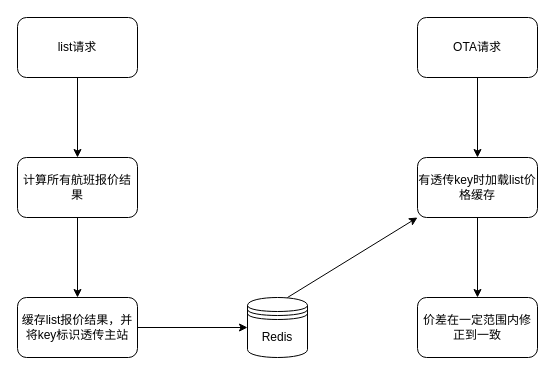
cy22-y/qunar keeps this draw.io diagram as sc.drawio. Above is the earlier version. Source tidied: cells renumbered, new cells numbered last; positions are measured from the earlier drawing's top-left corner, leaving out a move shared by most shapes. Both pictures are drawn from the tidied source at 100%, with x=0, y=0 at pixel (17, 17).
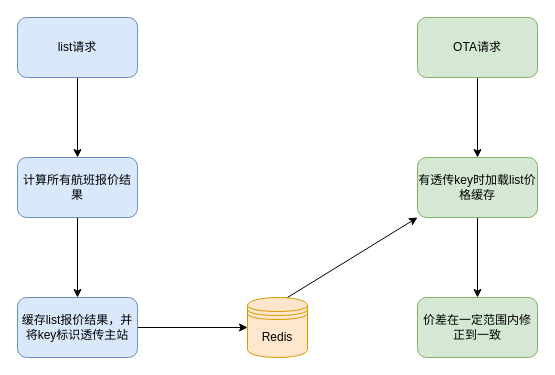
The same page after the edit.

Diff of the diagram source:
```diff
@@
 <mxGraphModel>
   <root>
     <mxCell id="0" />
     <mxCell id="1" parent="0" />
     <mxCell id="2" style="edgeStyle=orthogonalEdgeStyle;rounded=0;jettySize=auto;html=1;" parent="1" edge="1" source="3" target="5">
       <mxGeometry relative="1" as="geometry" />
     </mxCell>
-    <mxCell id="3" value="list请求" style="rounded=1;whiteSpace=wrap;html=1;" parent="1" vertex="1">
+    <mxCell id="3" value="list请求" style="rounded=1;whiteSpace=wrap;html=1;fillColor=#dae8fc;strokeColor=#6c8ebf;" parent="1" vertex="1">
       <mxGeometry width="120" height="60" as="geometry" />
     </mxCell>
     <mxCell id="4" style="edgeStyle=orthogonalEdgeStyle;rounded=0;jettySize=auto;html=1;" parent="1" edge="1" source="5" target="8">
       <mxGeometry relative="1" as="geometry" />
     </mxCell>
-    <mxCell id="5" value="计算所有航班报价结果" style="whiteSpace=wrap;html=1;rounded=1;" parent="1" vertex="1">
+    <mxCell id="5" value="计算所有航班报价结果" style="whiteSpace=wrap;html=1;rounded=1;fillColor=#dae8fc;strokeColor=#6c8ebf;" parent="1" vertex="1">
       <mxGeometry y="140" width="120" height="60" as="geometry" />
     </mxCell>
-    <mxCell id="6" value="Redis" style="shape=datastore;whiteSpace=wrap;html=1;" parent="1" vertex="1">
+    <mxCell id="6" value="Redis" style="shape=datastore;whiteSpace=wrap;html=1;fillColor=#ffe6cc;strokeColor=#d79b00;" parent="1" vertex="1">
       <mxGeometry x="230" y="280" width="60" height="60" as="geometry" />
     </mxCell>
     <mxCell id="7" style="edgeStyle=orthogonalEdgeStyle;rounded=0;jettySize=auto;html=1;" parent="1" edge="1" source="8" target="6">
       <mxGeometry relative="1" as="geometry" />
     </mxCell>
-    <mxCell id="8" value="缓存list报价结果，并将key标识透传主站" style="whiteSpace=wrap;html=1;rounded=1;" parent="1" vertex="1">
+    <mxCell id="8" value="缓存list报价结果，并将key标识透传主站" style="whiteSpace=wrap;html=1;rounded=1;fillColor=#dae8fc;strokeColor=#6c8ebf;" parent="1" vertex="1">
       <mxGeometry y="280" width="120" height="60" as="geometry" />
     </mxCell>
     <mxCell id="9" style="edgeStyle=orthogonalEdgeStyle;rounded=0;jettySize=auto;html=1;" parent="1" edge="1" source="10" target="12">
       <mxGeometry relative="1" as="geometry" />
     </mxCell>
-    <mxCell id="10" value="OTA请求" style="rounded=1;whiteSpace=wrap;html=1;" parent="1" vertex="1">
+    <mxCell id="10" value="OTA请求" style="rounded=1;whiteSpace=wrap;html=1;fillColor=#d5e8d4;strokeColor=#82b366;" parent="1" vertex="1">
       <mxGeometry x="400" width="120" height="60" as="geometry" />
     </mxCell>
     <mxCell id="11" style="edgeStyle=orthogonalEdgeStyle;rounded=0;jettySize=auto;html=1;" parent="1" edge="1" source="12" target="14">
       <mxGeometry relative="1" as="geometry" />
     </mxCell>
-    <mxCell id="12" value="有透传key时加载list价格缓存" style="rounded=1;whiteSpace=wrap;html=1;" parent="1" vertex="1">
+    <mxCell id="12" value="有透传key时加载list价格缓存" style="rounded=1;whiteSpace=wrap;html=1;fillColor=#d5e8d4;strokeColor=#82b366;" parent="1" vertex="1">
       <mxGeometry x="400" y="140" width="120" height="60" as="geometry" />
     </mxCell>
     <mxCell id="13" style="endArrow=classic;html=1;rounded=0;entryX=0;entryY=1;entryDx=0;entryDy=0;" parent="1" edge="1" target="12">
       <mxGeometry relative="1" as="geometry">
         <mxPoint x="270" y="280" as="sourcePoint" />
       </mxGeometry>
     </mxCell>
-    <mxCell id="14" value="价差在一定范围内修正到一致" style="rounded=1;whiteSpace=wrap;html=1;" parent="1" vertex="1">
+    <mxCell id="14" value="价差在一定范围内修正到一致" style="rounded=1;whiteSpace=wrap;html=1;fillColor=#d5e8d4;strokeColor=#82b366;" parent="1" vertex="1">
       <mxGeometry x="400" y="280" width="120" height="60" as="geometry" />
     </mxCell>
   </root>
 </mxGraphModel>
```
